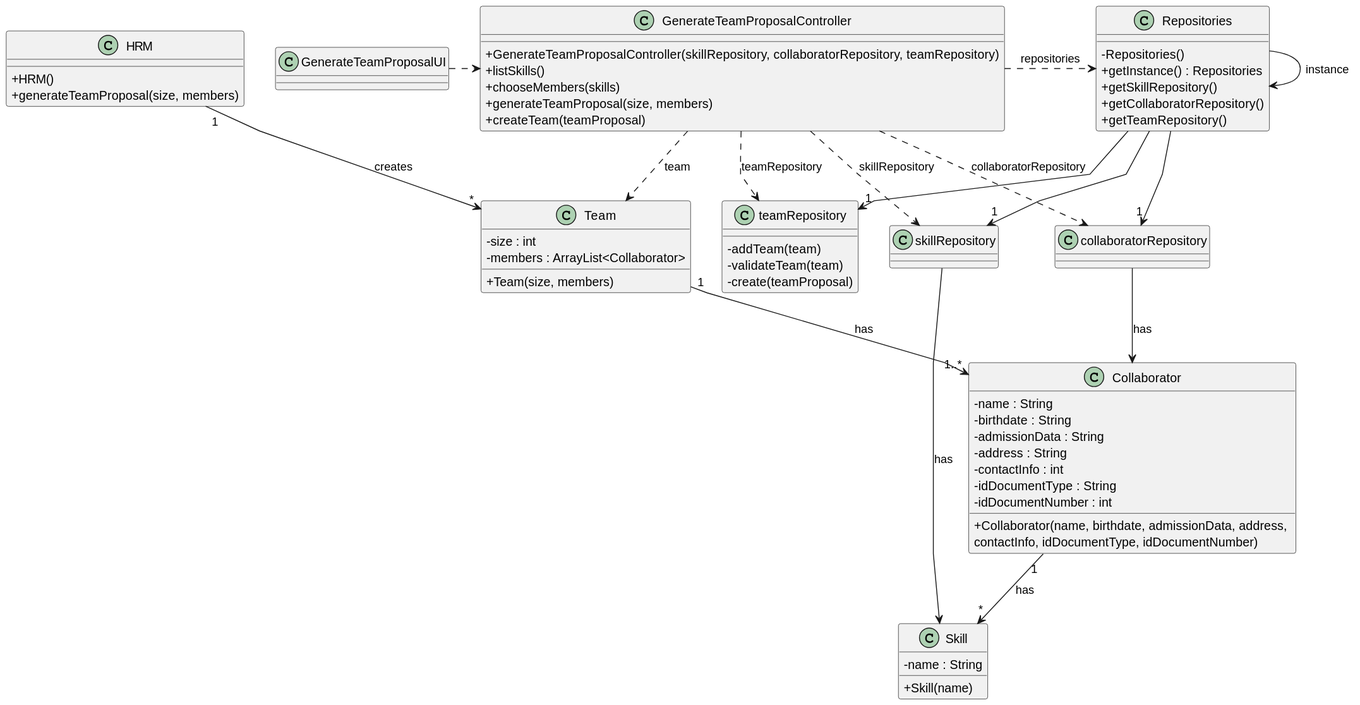
Earlier version of the PlantUML export docs/sprintB/us005/03.design/svg/us005-class-diagram.svg (diogoveirospro/lei-24-s2-1dg-g072). Its diagram source:
```plantuml
@startuml
skinparam packageStyle rectangle
skinparam shadowing false
skinparam linetype polyline

skinparam classAttributeIconSize 0


class HRM {
    + HRM()
    + generateTeamProposal(size, members)
}

class GenerateTeamProposalController {
    + GenerateTeamProposalController(skillRepository, collaboratorRepository, teamRepository)
    + listSkills()
    + chooseMembers(skills)
    + generateTeamProposal(size, members)
    + createTeam(teamProposal)
}


class GenerateTeamProposalUI {
}

class Repositories {
    - Repositories()
    + getInstance() : Repositories
    + getSkillRepository()
    + getCollaboratorRepository()
    + getTeamRepository()

}

class skillRepository {

}

class collaboratorRepository {

}

class teamRepository {
    - addTeam(team)
    - validateTeam(team)
    - create(teamProposal)
}

class Team {
    - size : int
    - members : ArrayList<Collaborator>
    + Team(size, members)
}

class Collaborator {
    - name : String
    - birthdate : String
    - admissionData : String
    - address : String
    - contactInfo : int
    - idDocumentType : String
    - idDocumentNumber : int
    + Collaborator(name, birthdate, admissionData, address, \ncontactInfo, idDocumentType, idDocumentNumber)
}

class Skill {
    - name : String
    + Skill(name)
}

GenerateTeamProposalUI .> GenerateTeamProposalController
GenerateTeamProposalController .> Repositories : repositories
Repositories --> Repositories : instance

Repositories --> "1" skillRepository
Repositories --> "1" collaboratorRepository
Repositories --> "1" teamRepository

GenerateTeamProposalController .> skillRepository : skillRepository
GenerateTeamProposalController .> collaboratorRepository : collaboratorRepository
GenerateTeamProposalController .> teamRepository : teamRepository

HRM "1" --> "*" Team : creates
Team "1" --> "1..*" Collaborator : has
Collaborator "1" --> "*" Skill : has

GenerateTeamProposalController .> Team : team
skillRepository --> Skill : has
collaboratorRepository --> Collaborator : has
@enduml
```
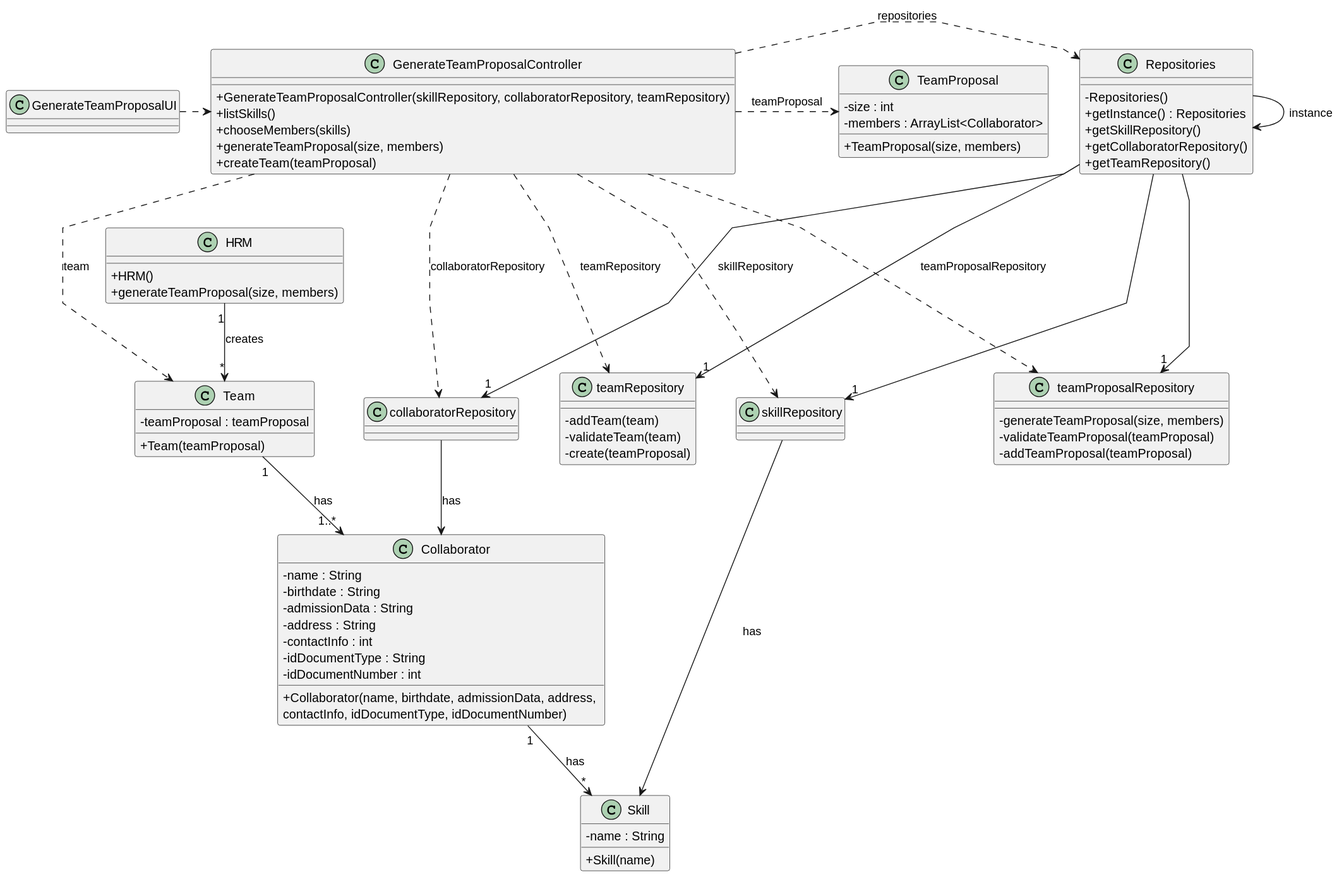
The same diagram one commit later.

Commit message:
US005's Class Diagram

The edit, as a diff of the source:
```diff
@@ -40,16 +40,27 @@
 
 }
 
+class teamProposalRepository {
+    - generateTeamProposal(size, members)
+    - validateTeamProposal(teamProposal)
+    - addTeamProposal(teamProposal)
+}
+
 class teamRepository {
     - addTeam(team)
     - validateTeam(team)
     - create(teamProposal)
 }
 
-class Team {
+class TeamProposal {
     - size : int
     - members : ArrayList<Collaborator>
-    + Team(size, members)
+    + TeamProposal(size, members)
+}
+
+class Team {
+    - teamProposal : teamProposal
+    + Team(teamProposal)
 }
 
 class Collaborator {
@@ -72,18 +83,21 @@
 GenerateTeamProposalController .> Repositories : repositories
 Repositories --> Repositories : instance
 
-Repositories --> "1" skillRepository
-Repositories --> "1" collaboratorRepository
-Repositories --> "1" teamRepository
+Repositories ---> "1" skillRepository
+Repositories ---> "1" collaboratorRepository
+Repositories ---> "1" teamProposalRepository
+Repositories ---> "1" teamRepository
 
 GenerateTeamProposalController .> skillRepository : skillRepository
 GenerateTeamProposalController .> collaboratorRepository : collaboratorRepository
 GenerateTeamProposalController .> teamRepository : teamRepository
+GenerateTeamProposalController .> teamProposalRepository : teamProposalRepository
 
 HRM "1" --> "*" Team : creates
 Team "1" --> "1..*" Collaborator : has
 Collaborator "1" --> "*" Skill : has
 
+GenerateTeamProposalController .> TeamProposal : teamProposal
 GenerateTeamProposalController .> Team : team
 skillRepository --> Skill : has
 collaboratorRepository --> Collaborator : has
```
